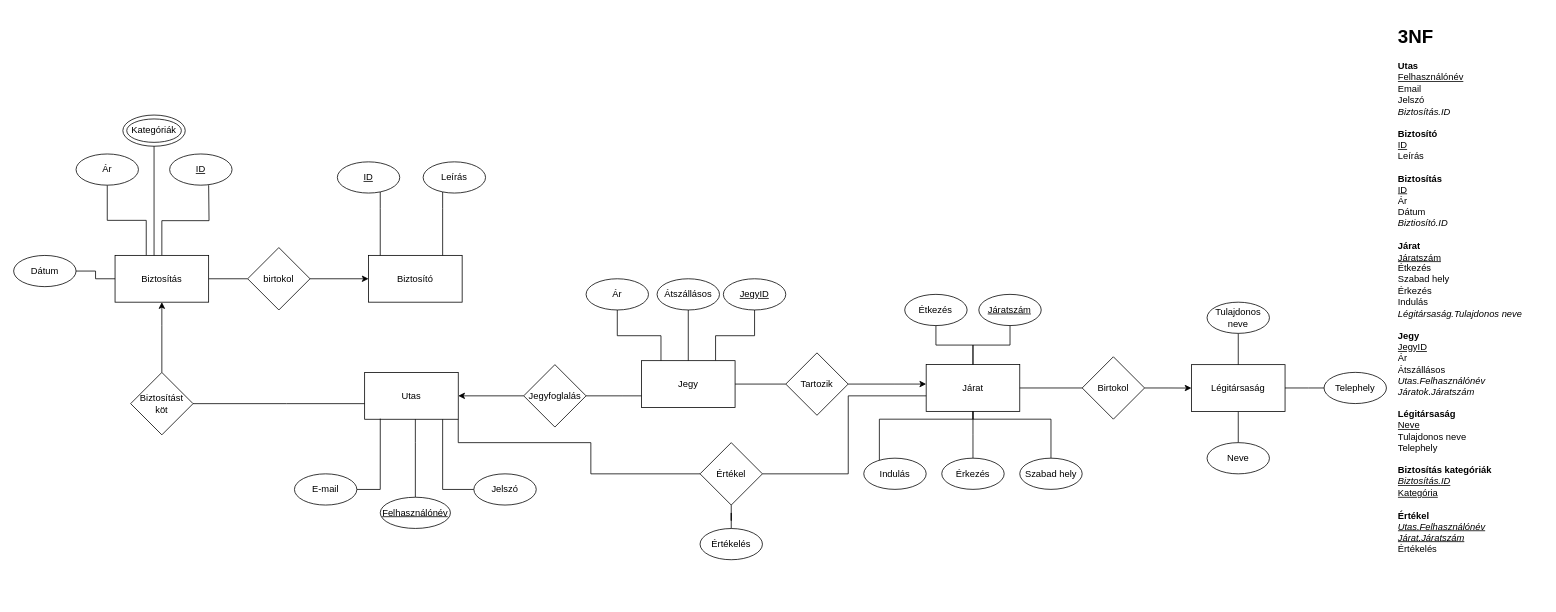
The draw.io diagram page "EK" (2 of 2) of EK.drawio in Cliad14/adatbalapu_utazasi_iroda, before the edit. Source tidied: cells renumbered, new cells numbered last; positions are measured from the earlier drawing's top-left corner, leaving out a move shared by most shapes. Both pictures are drawn from the tidied source at 78%, with x=0, y=0 at pixel (13, 21).
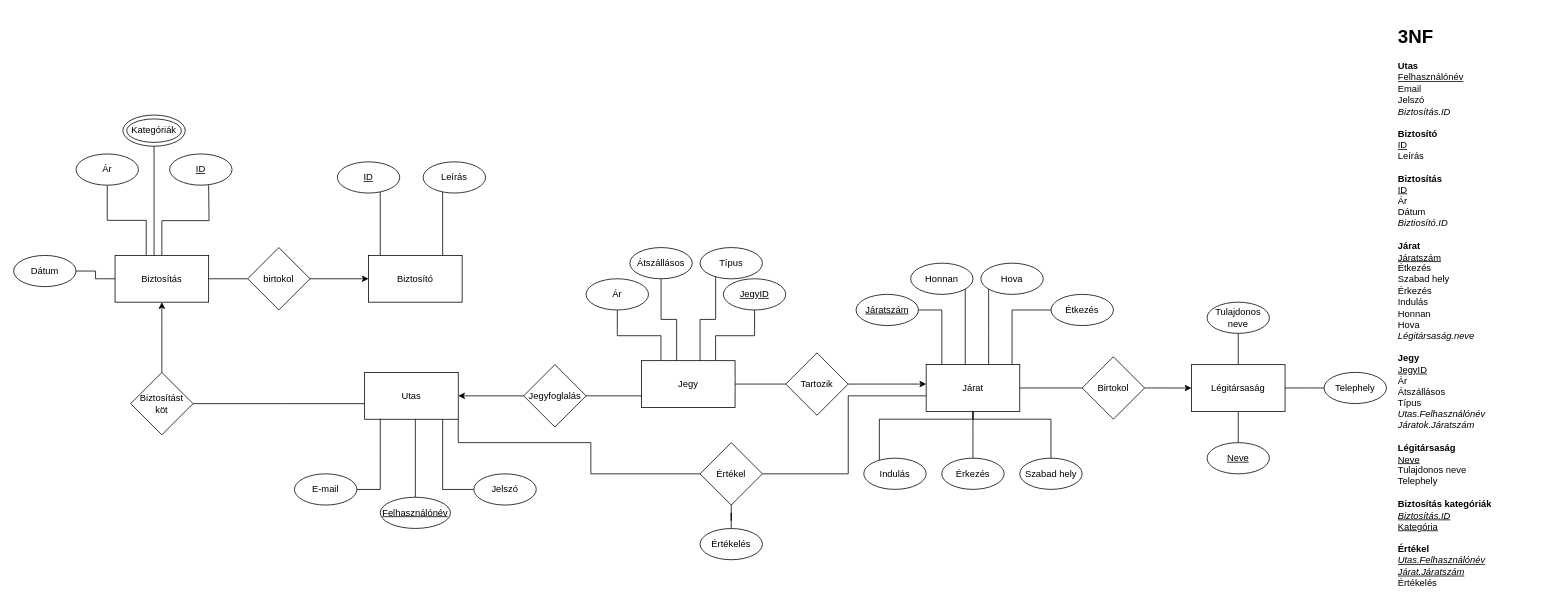
Above is the later version.

Commit message:
EK kiegészítve gyerek/felnőtt, honnan/hova

Unchanged cells that the change refers to:
```xml
<mxCell id="3" value="Járat" style="rounded=0;whiteSpace=wrap;html=1;" parent="1" vertex="1">
  <mxGeometry x="1169.9" y="439.9" width="120" height="60" as="geometry" />
</mxCell>
<mxCell id="24" value="Jegy" style="rounded=0;whiteSpace=wrap;html=1;" parent="1" vertex="1">
  <mxGeometry x="804.9" y="434.9" width="120" height="60" as="geometry" />
</mxCell>
```

The edit, as a diff of the source:
```diff
@@
     <mxCell id="25" style="edgeStyle=orthogonalEdgeStyle;rounded=0;jettySize=auto;html=1;startArrow=none;startFill=0;endArrow=none;endFill=0;" parent="1" edge="1" source="26" target="3">
-      <mxGeometry relative="1" as="geometry" />
+      <mxGeometry relative="1" as="geometry">
+        <Array as="points">
+          <mxPoint x="1190" y="370" />
+        </Array>
+      </mxGeometry>
     </mxCell>
     <mxCell id="26" value="&lt;u&gt;Járatszám&lt;/u&gt;" style="ellipse;whiteSpace=wrap;html=1;" parent="1" vertex="1">
-      <mxGeometry x="1237.4" y="349.9" width="80" height="40" as="geometry" />
+      <mxGeometry x="1080" y="349.9" width="80" height="40" as="geometry" />
     </mxCell>
@@
     <mxCell id="31" style="edgeStyle=orthogonalEdgeStyle;rounded=0;jettySize=auto;html=1;startArrow=none;startFill=0;endArrow=none;endFill=0;" parent="1" edge="1" source="32" target="24">
-      <mxGeometry relative="1" as="geometry" />
+      <mxGeometry relative="1" as="geometry">
+        <Array as="points">
+          <mxPoint x="830" y="382" />
+          <mxPoint x="850" y="382" />
+        </Array>
+      </mxGeometry>
     </mxCell>
     <mxCell id="32" value="Átszállásos" style="ellipse;whiteSpace=wrap;html=1;" parent="1" vertex="1">
-      <mxGeometry x="824.9" y="329.9" width="80" height="40" as="geometry" />
+      <mxGeometry x="790" y="289.9" width="80" height="40" as="geometry" />
     </mxCell>
     <mxCell id="33" style="edgeStyle=orthogonalEdgeStyle;rounded=0;jettySize=auto;html=1;startArrow=none;startFill=0;endArrow=none;endFill=0;" parent="1" edge="1" source="34" target="3">
-      <mxGeometry relative="1" as="geometry" />
+      <mxGeometry relative="1" as="geometry">
+        <Array as="points">
+          <mxPoint x="1280" y="370" />
+        </Array>
+      </mxGeometry>
     </mxCell>
     <mxCell id="34" value="Étkezés" style="ellipse;whiteSpace=wrap;html=1;" parent="1" vertex="1">
-      <mxGeometry x="1142.4" y="349.9" width="80" height="40" as="geometry" />
+      <mxGeometry x="1330" y="349.9" width="80" height="40" as="geometry" />
     </mxCell>
@@
-    <mxCell id="43" value="&lt;h1&gt;3NF&lt;/h1&gt;&lt;div&gt;&lt;b&gt;Utas&lt;/b&gt;&lt;/div&gt;&lt;div&gt;&lt;u&gt;Felhasználónév&lt;/u&gt;&lt;/div&gt;&lt;div&gt;Email&lt;/div&gt;&lt;div&gt;Jelszó&lt;/div&gt;&lt;div&gt;&lt;i&gt;Biztosítás.ID&lt;/i&gt;&lt;/div&gt;&lt;div&gt;&lt;br&gt;&lt;/div&gt;&lt;div&gt;&lt;b&gt;Biztosító&lt;/b&gt;&lt;/div&gt;&lt;div&gt;&lt;u&gt;ID&lt;/u&gt;&lt;/div&gt;&lt;div&gt;Leírás&lt;/div&gt;&lt;div&gt;&lt;br&gt;&lt;/div&gt;&lt;div&gt;&lt;b&gt;Biztosítás&lt;/b&gt;&lt;/div&gt;&lt;div&gt;&lt;u&gt;ID&lt;/u&gt;&lt;/div&gt;Ár&lt;br&gt;Dátum&lt;br&gt;&lt;div&gt;&lt;i&gt;Biztiosító.ID&lt;/i&gt;&lt;/div&gt;&lt;div&gt;&lt;br&gt;&lt;/div&gt;&lt;div&gt;&lt;b&gt;Járat&lt;/b&gt;&lt;/div&gt;&lt;div&gt;&lt;u&gt;Járatszám&lt;/u&gt;&lt;/div&gt;&lt;div&gt;Étkezés&lt;/div&gt;&lt;div&gt;Szabad hely&lt;/div&gt;&lt;div&gt;Érkezés&lt;/div&gt;&lt;div&gt;Indulás&lt;/div&gt;&lt;div&gt;&lt;i&gt;Légitársaság.Tulajdonos neve&lt;/i&gt;&lt;/div&gt;&lt;div&gt;&lt;br&gt;&lt;/div&gt;&lt;div&gt;&lt;b&gt;Jegy&lt;/b&gt;&lt;/div&gt;&lt;div&gt;&lt;u&gt;JegyID&lt;/u&gt;&lt;/div&gt;&lt;div&gt;Ár&lt;/div&gt;Átszállásos&lt;div&gt;&lt;div&gt;&lt;i&gt;Utas.Felhasználónév&lt;/i&gt;&lt;/div&gt;&lt;div&gt;&lt;div&gt;&lt;i&gt;Járatok.Járatszám&lt;/i&gt;&lt;/div&gt;&lt;/div&gt;&lt;/div&gt;&lt;div&gt;&lt;br&gt;&lt;/div&gt;&lt;div&gt;&lt;b&gt;Légitársaság&lt;/b&gt;&lt;/div&gt;&lt;div&gt;&lt;div&gt;&lt;u&gt;Neve&lt;/u&gt;&lt;/div&gt;&lt;/div&gt;&lt;div&gt;Tulajdonos neve&lt;/div&gt;&lt;div&gt;Telephely&lt;/div&gt;&lt;div&gt;&lt;br&gt;&lt;/div&gt;&lt;div&gt;&lt;b&gt;Biztosítás kategóriák&lt;/b&gt;&lt;/div&gt;&lt;div&gt;&lt;u&gt;&lt;i&gt;Biztosítás.ID&lt;/i&gt;&lt;/u&gt;&lt;/div&gt;&lt;div&gt;&lt;u&gt;Kategória&lt;/u&gt;&lt;/div&gt;&lt;div&gt;&lt;br&gt;&lt;/div&gt;&lt;div&gt;&lt;b&gt;Értékel&lt;/b&gt;&lt;/div&gt;&lt;div&gt;&lt;i&gt;&lt;u&gt;Utas.Felhasználónév&lt;/u&gt;&lt;/i&gt;&lt;/div&gt;&lt;div&gt;&lt;i&gt;&lt;u&gt;Járat.Járatszám&lt;/u&gt;&lt;/i&gt;&lt;/div&gt;&lt;div&gt;&lt;span style=&quot;text-align: center&quot;&gt;Értékelés&lt;/span&gt;&lt;br&gt;&lt;/div&gt;&lt;div&gt;&lt;b&gt;&lt;br&gt;&lt;/b&gt;&lt;/div&gt;" style="text;html=1;strokeColor=none;fillColor=none;spacing=5;spacingTop=-20;whiteSpace=wrap;overflow=hidden;rounded=0;" parent="1" vertex="1">
+    <mxCell id="43" value="&lt;h1&gt;3NF&lt;/h1&gt;&lt;div&gt;&lt;b&gt;Utas&lt;/b&gt;&lt;/div&gt;&lt;div&gt;&lt;u&gt;Felhasználónév&lt;/u&gt;&lt;/div&gt;&lt;div&gt;Email&lt;/div&gt;&lt;div&gt;Jelszó&lt;/div&gt;&lt;div&gt;&lt;i&gt;Biztosítás.ID&lt;/i&gt;&lt;/div&gt;&lt;div&gt;&lt;br&gt;&lt;/div&gt;&lt;div&gt;&lt;b&gt;Biztosító&lt;/b&gt;&lt;/div&gt;&lt;div&gt;&lt;u&gt;ID&lt;/u&gt;&lt;/div&gt;&lt;div&gt;Leírás&lt;/div&gt;&lt;div&gt;&lt;br&gt;&lt;/div&gt;&lt;div&gt;&lt;b&gt;Biztosítás&lt;/b&gt;&lt;/div&gt;&lt;div&gt;&lt;u&gt;ID&lt;/u&gt;&lt;/div&gt;Ár&lt;br&gt;Dátum&lt;br&gt;&lt;div&gt;&lt;i&gt;Biztiosító.ID&lt;/i&gt;&lt;/div&gt;&lt;div&gt;&lt;br&gt;&lt;/div&gt;&lt;div&gt;&lt;b&gt;Járat&lt;/b&gt;&lt;/div&gt;&lt;div&gt;&lt;u&gt;Járatszám&lt;/u&gt;&lt;/div&gt;&lt;div&gt;Étkezés&lt;/div&gt;&lt;div&gt;Szabad hely&lt;/div&gt;&lt;div&gt;Érkezés&lt;/div&gt;&lt;div&gt;Indulás&lt;/div&gt;&lt;div&gt;Honnan&lt;/div&gt;&lt;div&gt;Hova&lt;/div&gt;&lt;div&gt;&lt;i&gt;Légitársaság.neve&lt;/i&gt;&lt;/div&gt;&lt;div&gt;&lt;br&gt;&lt;/div&gt;&lt;div&gt;&lt;b&gt;Jegy&lt;/b&gt;&lt;/div&gt;&lt;div&gt;&lt;u&gt;JegyID&lt;/u&gt;&lt;/div&gt;&lt;div&gt;Ár&lt;/div&gt;Átszállásos&lt;br&gt;Típus&lt;br&gt;&lt;div&gt;&lt;div&gt;&lt;i&gt;Utas.Felhasználónév&lt;/i&gt;&lt;/div&gt;&lt;div&gt;&lt;div&gt;&lt;i&gt;Járatok.Járatszám&lt;/i&gt;&lt;/div&gt;&lt;/div&gt;&lt;/div&gt;&lt;div&gt;&lt;br&gt;&lt;/div&gt;&lt;div&gt;&lt;b&gt;Légitársaság&lt;/b&gt;&lt;/div&gt;&lt;div&gt;&lt;div&gt;&lt;u&gt;Neve&lt;/u&gt;&lt;/div&gt;&lt;/div&gt;&lt;div&gt;Tulajdonos neve&lt;/div&gt;&lt;div&gt;Telephely&lt;/div&gt;&lt;div&gt;&lt;br&gt;&lt;/div&gt;&lt;div&gt;&lt;b&gt;Biztosítás kategóriák&lt;/b&gt;&lt;/div&gt;&lt;div&gt;&lt;u&gt;&lt;i&gt;Biztosítás.ID&lt;/i&gt;&lt;/u&gt;&lt;/div&gt;&lt;div&gt;&lt;u&gt;Kategória&lt;/u&gt;&lt;/div&gt;&lt;div&gt;&lt;br&gt;&lt;/div&gt;&lt;div&gt;&lt;b&gt;Értékel&lt;/b&gt;&lt;/div&gt;&lt;div&gt;&lt;i&gt;&lt;u&gt;Utas.Felhasználónév&lt;/u&gt;&lt;/i&gt;&lt;/div&gt;&lt;div&gt;&lt;i&gt;&lt;u&gt;Járat.Járatszám&lt;/u&gt;&lt;/i&gt;&lt;/div&gt;&lt;div&gt;&lt;span style=&quot;text-align: center&quot;&gt;Értékelés&lt;/span&gt;&lt;br&gt;&lt;/div&gt;&lt;div&gt;&lt;b&gt;&lt;br&gt;&lt;/b&gt;&lt;/div&gt;" style="text;html=1;strokeColor=none;fillColor=none;spacing=5;spacingTop=-20;whiteSpace=wrap;overflow=hidden;rounded=0;" parent="1" vertex="1">
       <mxGeometry x="1770" y="-0.1" width="190" height="740" as="geometry" />
     </mxCell>
@@
-    <mxCell id="60" value="Neve" style="ellipse;whiteSpace=wrap;html=1;" parent="1" vertex="1">
+    <mxCell id="60" value="&lt;u&gt;Neve&lt;/u&gt;" style="ellipse;whiteSpace=wrap;html=1;" parent="1" vertex="1">
       <mxGeometry x="1530" y="540" width="80" height="40" as="geometry" />
     </mxCell>
@@
+    <mxCell id="71" style="edgeStyle=orthogonalEdgeStyle;rounded=0;jettySize=auto;html=1;endArrow=none;endFill=0;" parent="1" edge="1" source="72" target="3">
+      <mxGeometry relative="1" as="geometry">
+        <Array as="points">
+          <mxPoint x="1220" y="390" />
+          <mxPoint x="1220" y="390" />
+        </Array>
+      </mxGeometry>
+    </mxCell>
+    <mxCell id="72" value="Honnan" style="ellipse;whiteSpace=wrap;html=1;" parent="1" vertex="1">
+      <mxGeometry x="1150" y="309.9" width="80" height="40" as="geometry" />
+    </mxCell>
+    <mxCell id="73" style="edgeStyle=orthogonalEdgeStyle;rounded=0;jettySize=auto;html=1;endArrow=none;endFill=0;" parent="1" edge="1" source="74" target="3">
+      <mxGeometry relative="1" as="geometry">
+        <Array as="points">
+          <mxPoint x="1250" y="400" />
+          <mxPoint x="1250" y="400" />
+        </Array>
+      </mxGeometry>
+    </mxCell>
+    <mxCell id="74" value="Hova" style="ellipse;whiteSpace=wrap;html=1;" parent="1" vertex="1">
+      <mxGeometry x="1240" y="309.9" width="80" height="40" as="geometry" />
+    </mxCell>
+    <mxCell id="75" style="edgeStyle=orthogonalEdgeStyle;rounded=0;jettySize=auto;html=1;endArrow=none;endFill=0;" parent="1" edge="1" source="76" target="24">
+      <mxGeometry relative="1" as="geometry">
+        <Array as="points">
+          <mxPoint x="900" y="382" />
+          <mxPoint x="880" y="382" />
+        </Array>
+      </mxGeometry>
+    </mxCell>
+    <mxCell id="76" value="Típus" style="ellipse;whiteSpace=wrap;html=1;" parent="1" vertex="1">
+      <mxGeometry x="880" y="289.9" width="80" height="40.1" as="geometry" />
+    </mxCell>
```
